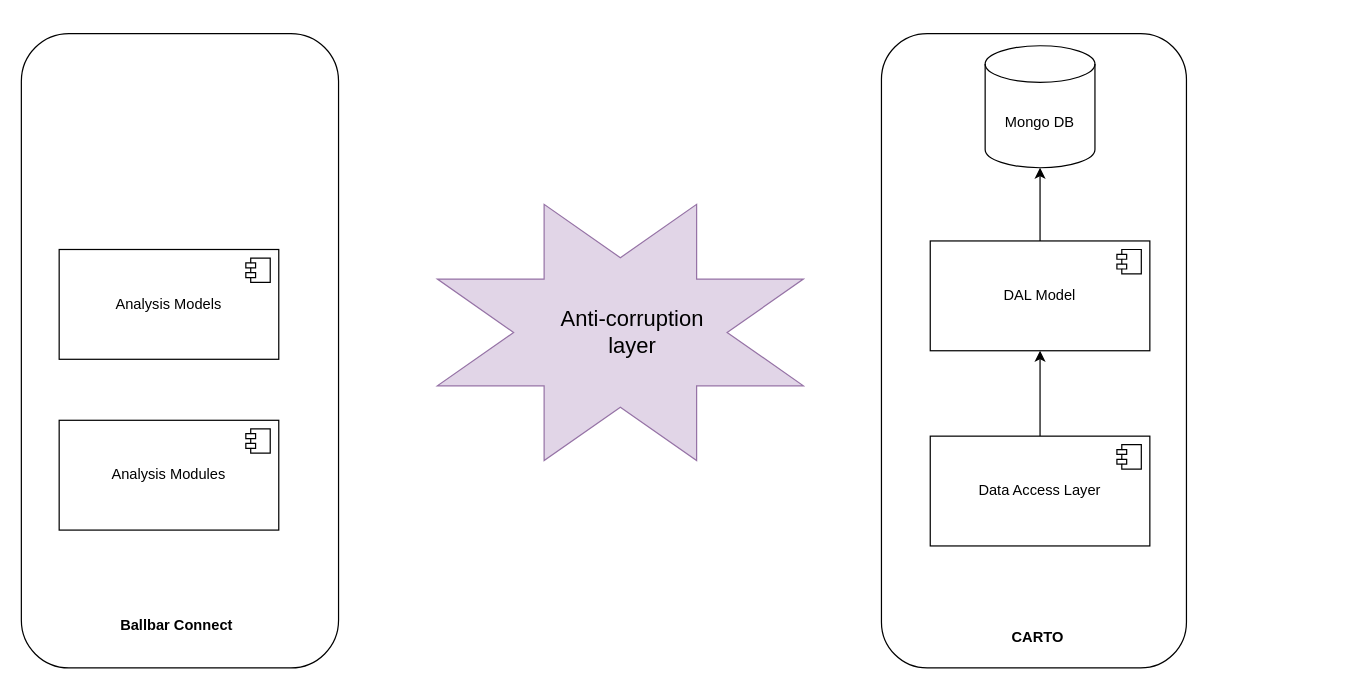
AmolSJawalkar/DrawIO keeps this draw.io diagram as Anti Corruption Layer .drawio. Above is the earlier version. Source tidied: cells renumbered, new cells numbered last; positions are measured from the earlier drawing's top-left corner, leaving out a move shared by most shapes. Both pictures are drawn from the tidied source at 122%, with x=0, y=0 at pixel (21, 33).
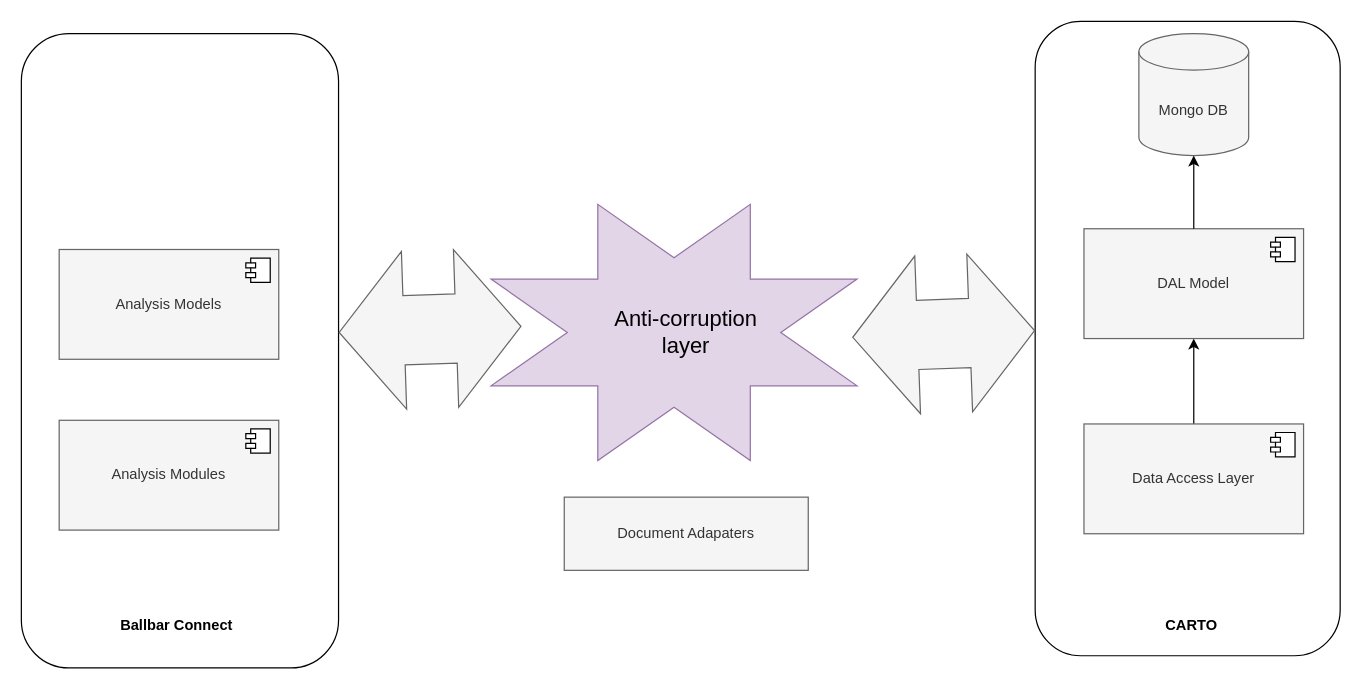
After the change.

Unchanged cells that the change refers to:
```xml
<mxCell id="2" style="group;" parent="1" vertex="1">
  <mxGeometry width="260" height="520" as="geometry" />
</mxCell>
```

What changed in the source:
```diff
@@
-    <mxCell id="4" value="Analysis Models" style="html=1;whiteSpace=wrap;" parent="2" vertex="1">
+    <mxCell id="4" value="Analysis Models" style="html=1;whiteSpace=wrap;fillColor=#f5f5f5;fontColor=#333333;strokeColor=#666666;" parent="2" vertex="1">
       <mxGeometry x="31" y="177" width="180" height="90" as="geometry" />
     </mxCell>
@@
-    <mxCell id="6" value="Analysis Modules" style="html=1;whiteSpace=wrap;" parent="2" vertex="1">
+    <mxCell id="6" value="Analysis Modules" style="html=1;whiteSpace=wrap;fillColor=#f5f5f5;fontColor=#333333;strokeColor=#666666;" parent="2" vertex="1">
       <mxGeometry x="31" y="317" width="180" height="90" as="geometry" />
     </mxCell>
@@
     <mxCell id="9" style="group;" parent="1" vertex="1">
-      <mxGeometry x="705" width="250" height="520" as="geometry" />
+      <mxGeometry x="831" y="-10" width="250" height="520" as="geometry" />
     </mxCell>
@@
-    <mxCell id="11" value="Mongo DB" style="shape=cylinder3;whiteSpace=wrap;html=1;boundedLbl=1;backgroundOutline=1;size=15;" parent="9" vertex="1">
+    <mxCell id="11" value="Mongo DB" style="shape=cylinder3;whiteSpace=wrap;html=1;boundedLbl=1;backgroundOutline=1;size=15;fillColor=#f5f5f5;fontColor=#333333;strokeColor=#666666;" parent="9" vertex="1">
       <mxGeometry x="85" y="10" width="90" height="100" as="geometry" />
     </mxCell>
@@
-    <mxCell id="13" value="Data Access Layer" style="html=1;whiteSpace=wrap;" parent="9" vertex="1">
+    <mxCell id="13" value="Data Access Layer" style="html=1;whiteSpace=wrap;fillColor=#f5f5f5;fontColor=#333333;strokeColor=#666666;" parent="9" vertex="1">
       <mxGeometry x="40" y="330" width="180" height="90" as="geometry" />
     </mxCell>
@@
-    <mxCell id="15" value="DAL Model" style="html=1;whiteSpace=wrap;" parent="9" vertex="1">
+    <mxCell id="15" value="DAL Model" style="html=1;whiteSpace=wrap;fillColor=#f5f5f5;fontColor=#333333;strokeColor=#666666;" parent="9" vertex="1">
       <mxGeometry x="40" y="170" width="180" height="90" as="geometry" />
     </mxCell>
@@
     <mxCell id="19" style="group;" parent="1" vertex="1">
-      <mxGeometry x="341" y="140" width="300" height="210" as="geometry" />
+      <mxGeometry x="385" y="140" width="300" height="320" as="geometry" />
     </mxCell>
@@
+    <mxCell id="22" value="Document Adapaters" style="rounded=0;whiteSpace=wrap;html=1;fillColor=#f5f5f5;fontColor=#333333;strokeColor=#666666;" parent="19" vertex="1">
+      <mxGeometry x="60" y="240" width="200" height="60" as="geometry" />
+    </mxCell>
+    <mxCell id="23" style="shape=flexArrow;endArrow=classic;startArrow=classic;html=1;rounded=0;startWidth=71.66666666666667;startSize=17.4;width=56.66666666666667;endWidth=71.66666666666667;endSize=17.4;fillColor=#f5f5f5;strokeColor=#666666;" parent="1" edge="1">
+      <mxGeometry relative="1" as="geometry">
+        <mxPoint x="681" y="249" as="sourcePoint" />
+        <mxPoint x="831" y="243.5" as="targetPoint" />
+      </mxGeometry>
+    </mxCell>
+    <mxCell id="24" style="shape=flexArrow;endArrow=classic;startArrow=classic;html=1;rounded=0;startWidth=71.66666666666667;startSize=17.4;width=56.66666666666667;endWidth=71.66666666666667;endSize=17.4;fillColor=#f5f5f5;strokeColor=#666666;" parent="1" edge="1">
+      <mxGeometry relative="1" as="geometry">
+        <mxPoint x="260" y="245" as="sourcePoint" />
+        <mxPoint x="410" y="240" as="targetPoint" />
+      </mxGeometry>
+    </mxCell>
```
